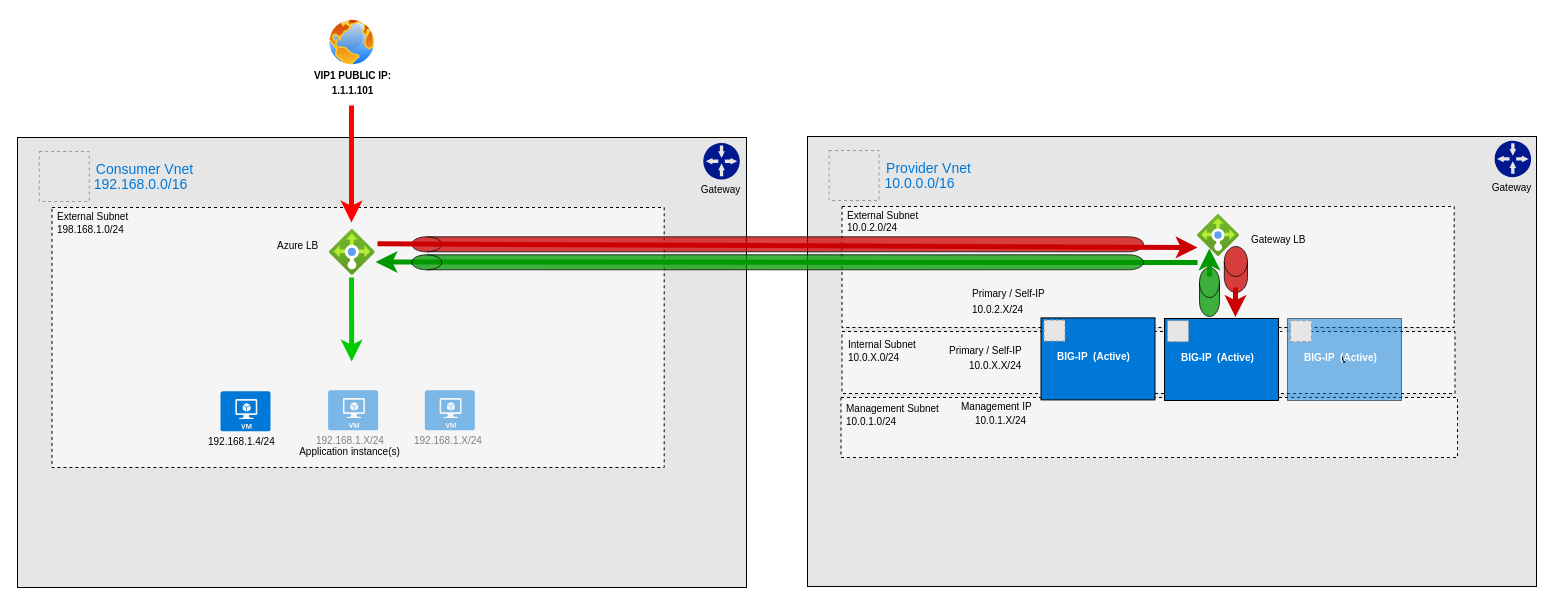
The draw.io diagram diagram.drawio in mikeoleary/azure-gwlb-f5-tf, before the edit. Source tidied: cells renumbered, new cells numbered last; positions are measured from the earlier drawing's top-left corner, leaving out a move shared by most shapes. Both pictures are drawn from the tidied source at 100%, with x=0, y=0 at pixel (17, -122). Pictures stored in the file or linked from it are replaced by grey dashed boxes.
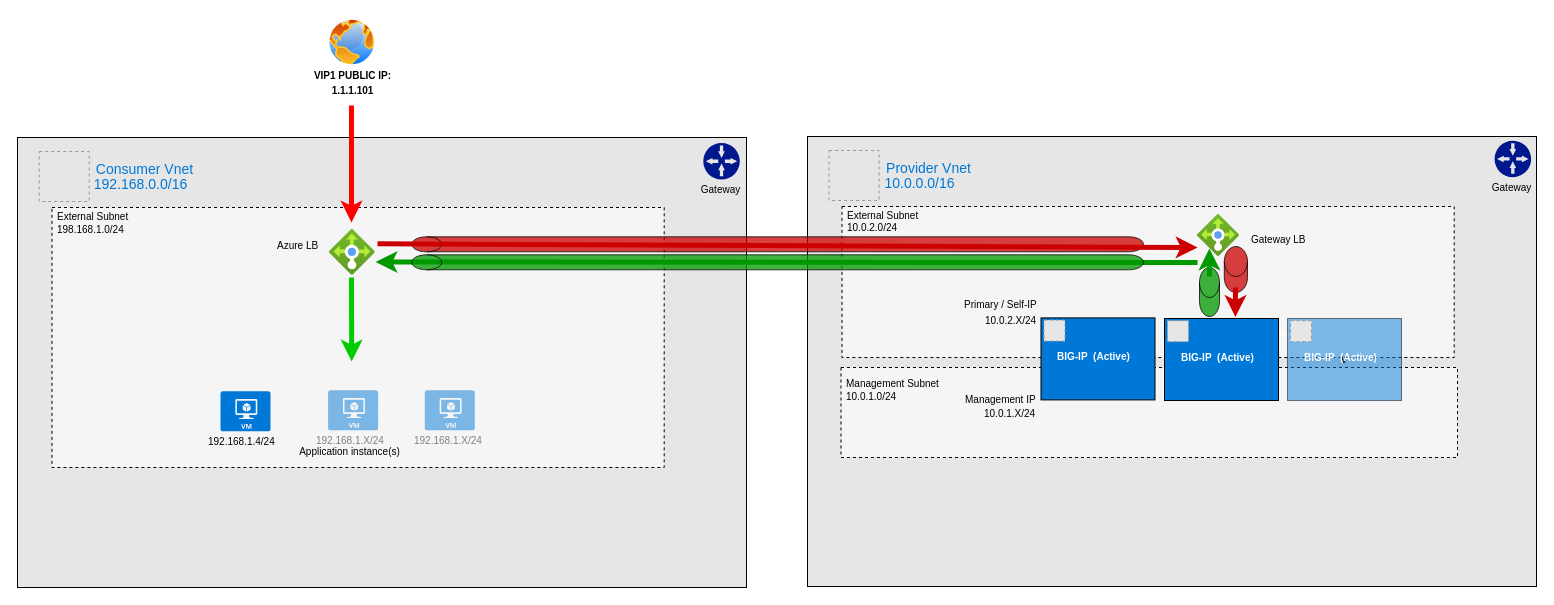
The same diagram, later.

The edit, as a diff of the source:
```diff
@@
-    <mxCell id="21" style="rounded=0;whiteSpace=wrap;html=1;fillColor=#F5F5F5;dashed=1;" parent="1" vertex="1">
-      <mxGeometry x="824.5" y="453" width="613" height="62" as="geometry" />
-    </mxCell>
     <mxCell id="22" style="rounded=0;whiteSpace=wrap;html=1;fillColor=#F5F5F5;dashed=1;" parent="1" vertex="1">
-      <mxGeometry x="824.5" y="328" width="612.2" height="121" as="geometry" />
+      <mxGeometry x="824.5" y="328" width="612.2" height="151" as="geometry" />
     </mxCell>
@@
-    <mxCell id="25" value="&lt;font style=&quot;font-size: 10px&quot;&gt;Internal Subnet&lt;/font&gt;" style="text;html=1;align=left;verticalAlign=middle;" parent="1" vertex="1">
-      <mxGeometry x="829" y="455.5" width="80" height="20" as="geometry" />
-    </mxCell>
-    <mxCell id="26" value="&lt;font style=&quot;font-size: 10px&quot;&gt;10.0.X.0/24&lt;/font&gt;" style="text;html=1;align=left;verticalAlign=middle;" parent="1" vertex="1">
-      <mxGeometry x="829" y="468.5" width="70" height="20" as="geometry" />
-    </mxCell>
@@
     <mxCell id="29" style="rounded=0;whiteSpace=wrap;html=1;fillColor=#F5F5F5;dashed=1;" parent="1" vertex="1">
-      <mxGeometry x="823.5" y="519" width="616.5" height="60" as="geometry" />
+      <mxGeometry x="823.5" y="489" width="616.5" height="90" as="geometry" />
     </mxCell>
     <mxCell id="30" value="&lt;font style=&quot;font-size: 10px&quot;&gt;Management Subnet&lt;/font&gt;" style="text;html=1;align=left;verticalAlign=middle;" parent="1" vertex="1">
-      <mxGeometry x="826.5" y="519.5" width="110" height="20" as="geometry" />
+      <mxGeometry x="826.5" y="494.5" width="110" height="20" as="geometry" />
     </mxCell>
     <mxCell id="31" value="&lt;font style=&quot;font-size: 10px&quot;&gt;10.0.1.0/24&lt;/font&gt;" style="text;html=1;align=left;verticalAlign=middle;" parent="1" vertex="1">
-      <mxGeometry x="826.5" y="532.5" width="70" height="20" as="geometry" />
+      <mxGeometry x="826.5" y="507.5" width="70" height="20" as="geometry" />
     </mxCell>
-    <mxCell id="32" value="&lt;font style=&quot;font-size: 10px&quot;&gt;10.0.X.X/24&lt;/font&gt;" style="text;html=1;align=left;verticalAlign=middle;" parent="1" vertex="1">
-      <mxGeometry x="950" y="477.1" width="70" height="20" as="geometry" />
-    </mxCell>
-    <mxCell id="33" value="&lt;font style=&quot;font-size: 10px&quot;&gt;Primary / Self-IP&lt;/font&gt;" style="text;html=1;align=left;verticalAlign=middle;" parent="1" vertex="1">
-      <mxGeometry x="930" y="462.1" width="90" height="20" as="geometry" />
-    </mxCell>
     <mxCell id="34" value="&lt;font style=&quot;font-size: 10px&quot;&gt;10.0.2.X/24&lt;/font&gt;" style="text;html=1;align=left;verticalAlign=middle;" parent="1" vertex="1">
-      <mxGeometry x="953" y="421.4" width="70" height="20" as="geometry" />
+      <mxGeometry x="966" y="432.4" width="70" height="20" as="geometry" />
     </mxCell>
     <mxCell id="35" value="&lt;font style=&quot;font-size: 10px&quot;&gt;Primary / Self-IP&lt;/font&gt;" style="text;html=1;align=left;verticalAlign=middle;" parent="1" vertex="1">
-      <mxGeometry x="953" y="405.4" width="90" height="20" as="geometry" />
+      <mxGeometry x="945" y="416.4" width="90" height="20" as="geometry" />
     </mxCell>
     <mxCell id="36" value="&lt;font style=&quot;font-size: 10px&quot;&gt;10.0.1.X/24&lt;/font&gt;" style="text;html=1;align=left;verticalAlign=middle;" parent="1" vertex="1">
-      <mxGeometry x="955.5" y="531.6" width="70" height="20" as="geometry" />
+      <mxGeometry x="964.5" y="524.6" width="70" height="20" as="geometry" />
     </mxCell>
     <mxCell id="37" value="&lt;span style=&quot;font-size: 10px&quot;&gt;Management IP&lt;/span&gt;" style="text;html=1;align=left;verticalAlign=middle;" parent="1" vertex="1">
-      <mxGeometry x="941.5" y="517.6" width="90" height="20" as="geometry" />
+      <mxGeometry x="945.5" y="510.6" width="90" height="20" as="geometry" />
     </mxCell>
```
